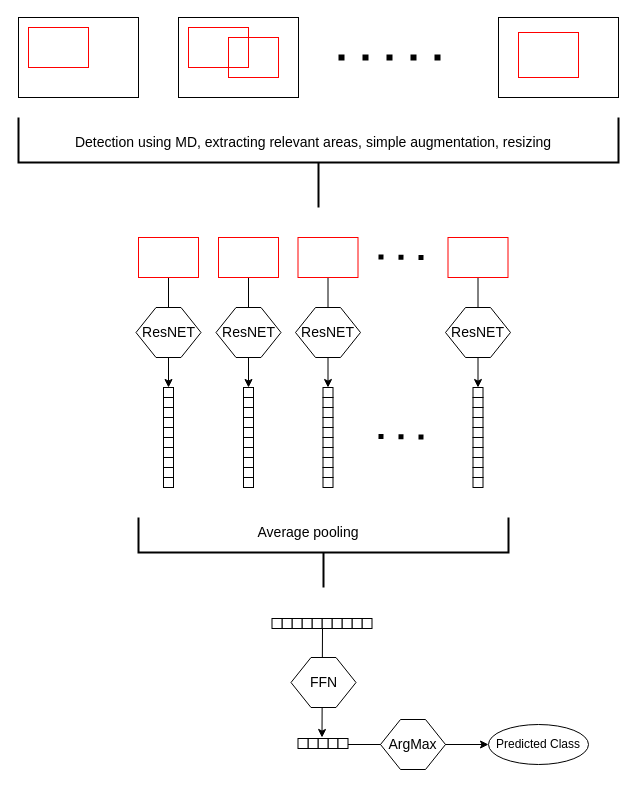
This is drawio/model_01.drawio from juliankraft/BachelorThesis, a draw.io file, before an edit. Source tidied: cells renumbered, new cells numbered last; positions are measured from the earlier drawing's top-left corner, leaving out a move shared by most shapes. Both pictures are drawn from the tidied source at 100%, with x=0, y=0 at pixel (18, 17).
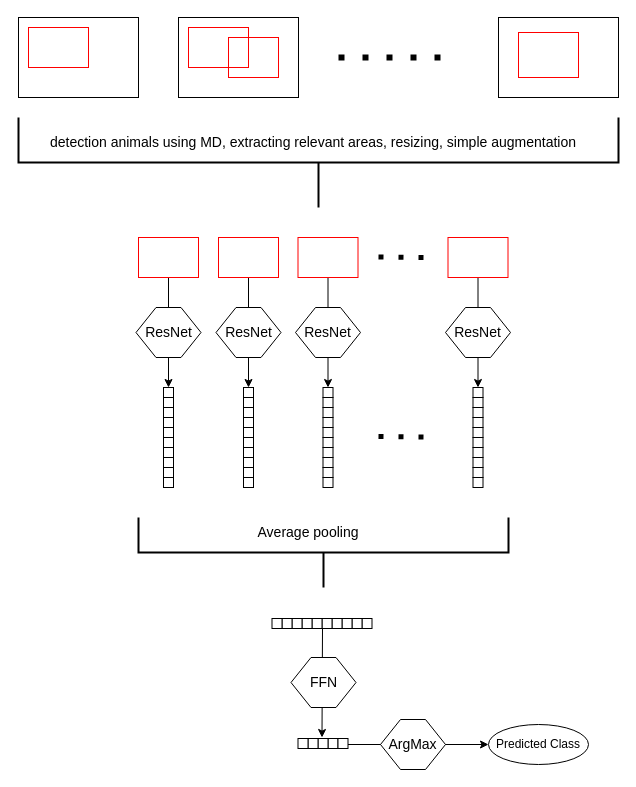
The same diagram, later.

What changed in the source:
```diff
@@
-    <mxCell id="16" value="&lt;font&gt;ResNET&lt;/font&gt;" style="shape=hexagon;perimeter=hexagonPerimeter2;whiteSpace=wrap;html=1;fixedSize=1;fontSize=14;" parent="1" vertex="1">
+    <mxCell id="16" value="&lt;font&gt;ResNet&lt;/font&gt;" style="shape=hexagon;perimeter=hexagonPerimeter2;whiteSpace=wrap;html=1;fixedSize=1;fontSize=14;" parent="1" vertex="1">
       <mxGeometry x="117.5" y="290" width="65" height="50" as="geometry" />
     </mxCell>
@@
-    <mxCell id="29" value="&lt;font&gt;ResNET&lt;/font&gt;" style="shape=hexagon;perimeter=hexagonPerimeter2;whiteSpace=wrap;html=1;fixedSize=1;fontSize=14;" parent="1" vertex="1">
+    <mxCell id="29" value="&lt;font&gt;ResNet&lt;/font&gt;" style="shape=hexagon;perimeter=hexagonPerimeter2;whiteSpace=wrap;html=1;fixedSize=1;fontSize=14;" parent="1" vertex="1">
       <mxGeometry x="197.5" y="290" width="65" height="50" as="geometry" />
     </mxCell>
@@
-    <mxCell id="42" value="&lt;font style=&quot;font-size: 14px;&quot;&gt;ResNET&lt;/font&gt;" style="shape=hexagon;perimeter=hexagonPerimeter2;whiteSpace=wrap;html=1;fixedSize=1;" parent="1" vertex="1">
+    <mxCell id="42" value="&lt;font style=&quot;font-size: 14px;&quot;&gt;ResNet&lt;/font&gt;" style="shape=hexagon;perimeter=hexagonPerimeter2;whiteSpace=wrap;html=1;fixedSize=1;" parent="1" vertex="1">
       <mxGeometry x="277" y="290" width="65" height="50" as="geometry" />
     </mxCell>
@@
-    <mxCell id="55" value="&lt;font&gt;ResNET&lt;/font&gt;" style="shape=hexagon;perimeter=hexagonPerimeter2;whiteSpace=wrap;html=1;fixedSize=1;fontSize=14;" parent="1" vertex="1">
+    <mxCell id="55" value="&lt;font&gt;ResNet&lt;/font&gt;" style="shape=hexagon;perimeter=hexagonPerimeter2;whiteSpace=wrap;html=1;fixedSize=1;fontSize=14;" parent="1" vertex="1">
       <mxGeometry x="427" y="290" width="65" height="50" as="geometry" />
     </mxCell>
@@
-    <mxCell id="81" value="Detection using MD, extracting relevant areas, simple augmentation, resizing" style="text;html=1;align=center;verticalAlign=middle;whiteSpace=wrap;rounded=0;fontSize=14;" parent="1" vertex="1">
+    <mxCell id="81" value="detection animals using MD, extracting relevant areas, resizing, simple augmentation" style="text;html=1;align=center;verticalAlign=middle;whiteSpace=wrap;rounded=0;fontSize=14;" parent="1" vertex="1">
       <mxGeometry x="20" y="110" width="550" height="30" as="geometry" />
     </mxCell>
```
